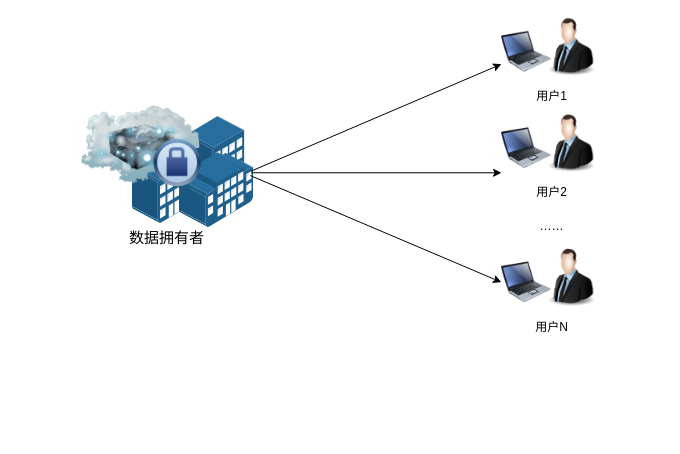
Above: BroadEncryption.drawio in Fireman730/myown (draw.io), before the change. Source tidied: cells renumbered, new cells numbered last; positions are measured from the earlier drawing's top-left corner, leaving out a move shared by most shapes. Both pictures are drawn from the tidied source at 100%, with x=0, y=0 at pixel (81, 16).
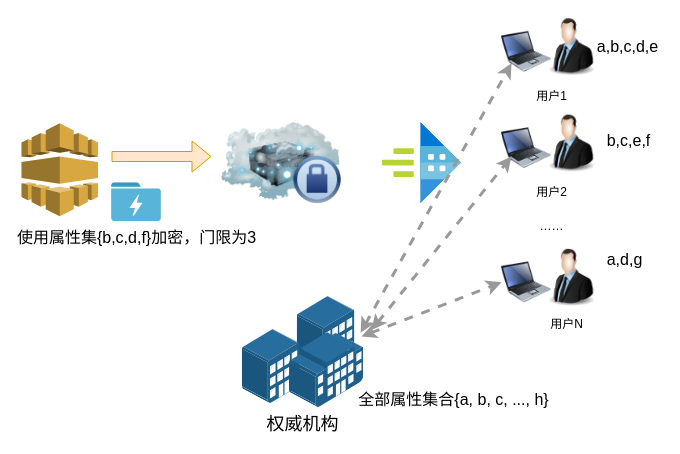
The same page after the edit.

Unchanged cells that the change refers to:
```xml
<mxCell id="3" style="image;html=1;image=img/lib/clip_art/computers/Laptop_128x128.png;" parent="1" vertex="1">
  <mxGeometry x="420" y="10.5" width="50" height="49.5" as="geometry" />
</mxCell>
<mxCell id="8" style="image;html=1;image=img/lib/clip_art/computers/Laptop_128x128.png;" parent="1" vertex="1">
  <mxGeometry x="420" y="106.8" width="50" height="49.5" as="geometry" />
</mxCell>
<mxCell id="11" style="image;html=1;image=img/lib/clip_art/computers/Laptop_128x128.png;" parent="1" vertex="1">
  <mxGeometry x="420" y="241" width="50" height="49.5" as="geometry" />
</mxCell>
```

Diff of the diagram source:
```diff
@@
-    <mxCell id="2" style="points=[];html=1;align=center;shadow=0;dashed=0;image;image=img/lib/allied_telesis/buildings/Building_Cluster.svg;flipH=1;" parent="1" vertex="1">
-      <mxGeometry x="50" y="100" width="121.2" height="111" as="geometry" />
+    <mxCell id="2" value="权威机构" style="points=[];html=1;align=center;shadow=0;dashed=0;image;image=img/lib/allied_telesis/buildings/Building_Cluster.svg;flipH=1;fontSize=18;" parent="1" vertex="1">
+      <mxGeometry x="160" y="280" width="121.2" height="111" as="geometry" />
     </mxCell>
@@
     <mxCell id="4" style="image;html=1;image=img/lib/clip_art/networking/Cloud_Server_Private_128x128.png;" parent="1" vertex="1">
-      <mxGeometry y="80" width="120" height="100" as="geometry" />
+      <mxGeometry x="140" y="96.8" width="120" height="100" as="geometry" />
     </mxCell>
@@
-    <mxCell id="6" value="数据拥有者" style="text;html=1;align=center;verticalAlign=middle;fontSize=15;" parent="1" vertex="1">
-      <mxGeometry x="40" y="211" width="90" height="20" as="geometry" />
-    </mxCell>
@@
     <mxCell id="13" value="用户N" style="text;html=1;align=center;verticalAlign=middle;" parent="1" vertex="1">
-      <mxGeometry x="445" y="300.5" width="50" height="20" as="geometry" />
+      <mxGeometry x="460" y="298" width="50" height="20" as="geometry" />
     </mxCell>
@@
-    <mxCell id="15" style="endArrow=classic;html=1;exitX=0.013;exitY=0.492;exitDx=0;exitDy=0;exitPerimeter=0;entryX=0;entryY=0.75;entryDx=0;entryDy=0;" parent="1" edge="1" source="2" target="3">
-      <mxGeometry relative="1" as="geometry" />
-    </mxCell>
-    <mxCell id="16" style="endArrow=classic;html=1;entryX=0;entryY=1;entryDx=0;entryDy=0;exitX=0.01;exitY=0.507;exitDx=0;exitDy=0;exitPerimeter=0;" parent="1" edge="1" source="2" target="8">
-      <mxGeometry relative="1" as="geometry" />
-    </mxCell>
+    <mxCell id="18" style="dashed=0;verticalLabelPosition=bottom;verticalAlign=top;align=center;html=1;shape=mxgraph.aws3.elastic_transcoder;fillColor=#D9A741;gradientColor=none;fontSize=14;" parent="1" vertex="1">
+      <mxGeometry x="-60" y="106.8" width="76.5" height="93" as="geometry" />
+    </mxCell>
+    <mxCell id="19" value="全部属性集合{a, b, c, ..., h}" style="text;html=1;align=center;verticalAlign=middle;fontSize=16;" parent="1" vertex="1">
+      <mxGeometry x="272.2" y="371" width="200" height="23" as="geometry" />
+    </mxCell>
+    <mxCell id="20" style="shape=flexArrow;endArrow=classic;html=1;fontSize=14;fillColor=#ffe6cc;strokeColor=#d79b00;" parent="1" edge="1">
+      <mxGeometry relative="1" as="geometry">
+        <mxPoint x="30" y="140" as="sourcePoint" />
+        <mxPoint x="130" y="140" as="targetPoint" />
+      </mxGeometry>
+    </mxCell>
+    <mxCell id="21" value="使用属性集{b,c,d,f}加密，门限为3" style="html=1;align=center;image;fontSize=16;image=img/lib/mscae/Data_Lake_Store.svg;" parent="1" vertex="1">
+      <mxGeometry x="30" y="166.2" width="50" height="39" as="geometry" />
+    </mxCell>
+    <mxCell id="22" style="html=1;align=center;image;fontSize=12;image=img/lib/mscae/Azure_Data_Explorer_Clusters.svg;rotation=45;" parent="1" vertex="1">
+      <mxGeometry x="310" y="117.9" width="57.8" height="57.8" as="geometry" />
+    </mxCell>
+    <mxCell id="23" style="endArrow=classic;html=1;fontSize=14;exitX=0.017;exitY=0.326;exitDx=0;exitDy=0;exitPerimeter=0;startArrow=classic;startFill=1;dashed=1;strokeWidth=3;strokeColor=#999999;" parent="1" edge="1" source="2">
+      <mxGeometry relative="1" as="geometry">
+        <mxPoint x="430" y="46.8" as="targetPoint" />
+      </mxGeometry>
+    </mxCell>
-    <mxCell id="17" style="endArrow=classic;html=1;exitX=0.02;exitY=0.532;exitDx=0;exitDy=0;exitPerimeter=0;entryX=0;entryY=0.5;entryDx=0;entryDy=0;" parent="1" edge="1" source="2" target="11">
+    <mxCell id="17" style="endArrow=classic;html=1;fontSize=14;entryX=0;entryY=0.5;entryDx=0;entryDy=0;exitX=0.01;exitY=0.36;exitDx=0;exitDy=0;exitPerimeter=0;startArrow=classic;startFill=1;dashed=1;strokeWidth=3;strokeColor=#999999;" parent="1" edge="1" source="2" target="11">
       <mxGeometry relative="1" as="geometry" />
     </mxCell>
+    <mxCell id="24" style="endArrow=classic;html=1;fontSize=14;entryX=0;entryY=0.75;entryDx=0;entryDy=0;startArrow=classic;startFill=1;dashed=1;strokeWidth=3;strokeColor=#999999;" parent="1" edge="1">
+      <mxGeometry relative="1" as="geometry">
+        <mxPoint x="290" y="313.6" as="sourcePoint" />
+        <mxPoint x="430" y="140" as="targetPoint" />
+      </mxGeometry>
+    </mxCell>
+    <mxCell id="25" value="a,d,g" style="text;html=1;align=center;verticalAlign=middle;fontSize=16;" parent="1" vertex="1">
+      <mxGeometry x="520" y="231" width="46" height="23" as="geometry" />
+    </mxCell>
+    <mxCell id="26" value="a,b,c,d,e" style="text;html=1;align=center;verticalAlign=middle;fontSize=16;" parent="1" vertex="1">
+      <mxGeometry x="510" y="18.8" width="71" height="23" as="geometry" />
+    </mxCell>
+    <mxCell id="27" value="b,c,e,f" style="text;html=1;align=center;verticalAlign=middle;fontSize=16;" parent="1" vertex="1">
+      <mxGeometry x="520" y="112" width="54" height="23" as="geometry" />
+    </mxCell>
```
